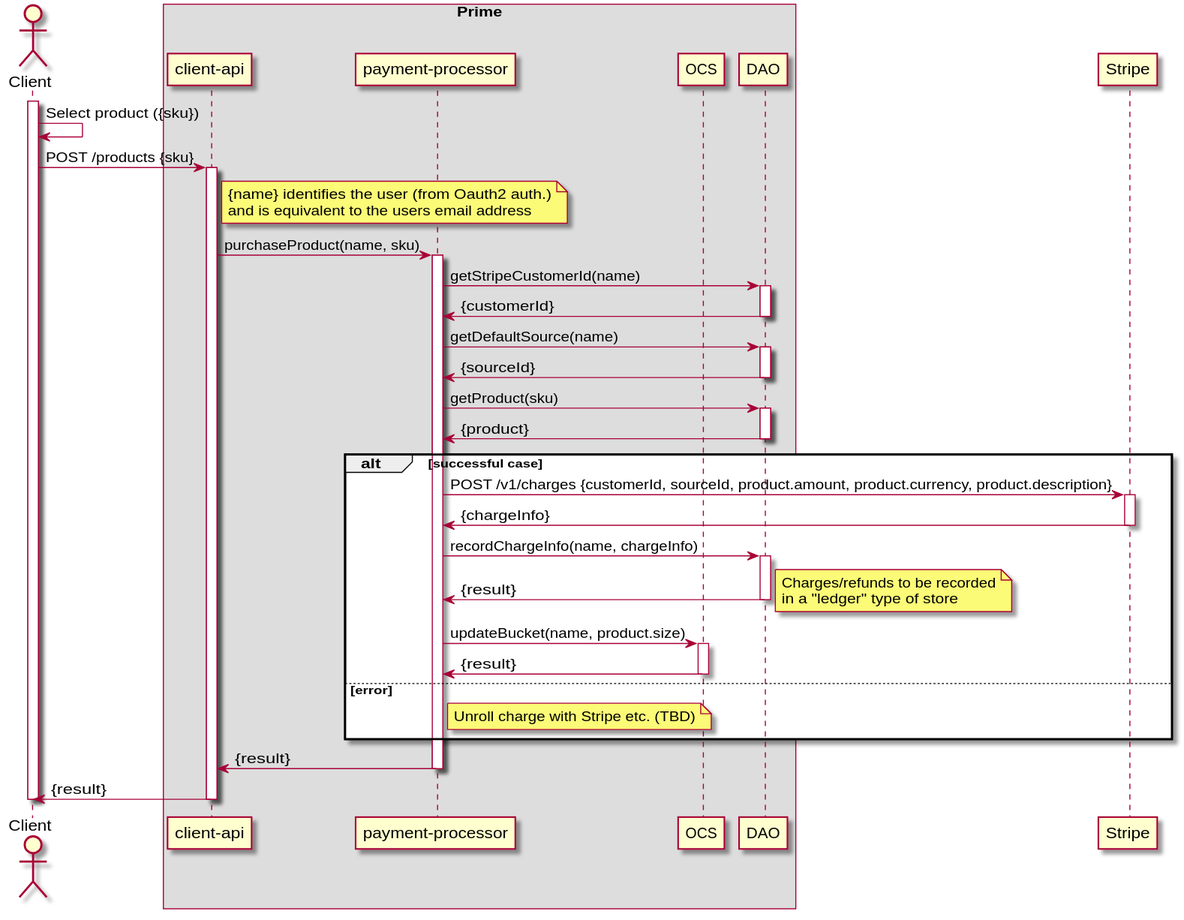
Earlier version of the PlantUML export payment-processor/doc/diagrams/purchase-with-default-source.svg (ostelco/ostelco-core). The source it was exported from:
```plantuml
@startuml

actor Client
participant Client

box "Prime"
    participant "client-api"
    participant "payment-processor"
    participant OCS
    participant DAO
end box
participant Stripe

activate Client

    Client -> Client : Select product ({sku})

    Client -> "client-api": POST /products {sku}
    activate "client-api"
    note right of "client-api"
       {name} identifies the user (from Oauth2 auth.)
       and is equivalent to the users email address
    end note

    "client-api" -> "payment-processor" : purchaseProduct(name, sku)
    activate "payment-processor"

    "payment-processor" -> DAO : getStripeCustomerId(name)
    activate DAO
    DAO -> "payment-processor" : {customerId}
    deactivate DAO

    "payment-processor" -> DAO : getDefaultSource(name)
    activate DAO
    DAO -> "payment-processor" : {sourceId}
    deactivate DAO

    "payment-processor" -> DAO : getProduct(sku)
    activate DAO
    DAO -> "payment-processor" : {product}
    deactivate DAO

    alt successful case
        "payment-processor" -> Stripe : POST /v1/charges {customerId, sourceId, product.amount, product.currency, product.description}
        activate Stripe
        Stripe -> "payment-processor" : {chargeInfo}
        deactivate Stripe

        "payment-processor" -> DAO: recordChargeInfo(name, chargeInfo)
        activate DAO
        DAO -> "payment-processor" : {result}
        deactivate DAO
        note right
          Charges/refunds to be recorded
          in a "ledger" type of store
        end note

        "payment-processor" -> OCS : updateBucket(name, product.size)
        activate OCS
        OCS -> "payment-processor" : {result}
        deactivate OCS

    else error
         note right of "payment-processor" : Unroll charge with Stripe etc. (TBD)

    end

    "payment-processor" -> "client-api" : {result}
    deactivate "payment-processor"

    "client-api" -> Client : {result}
    deactivate "client-api"

deactivate Client

@enduml
```
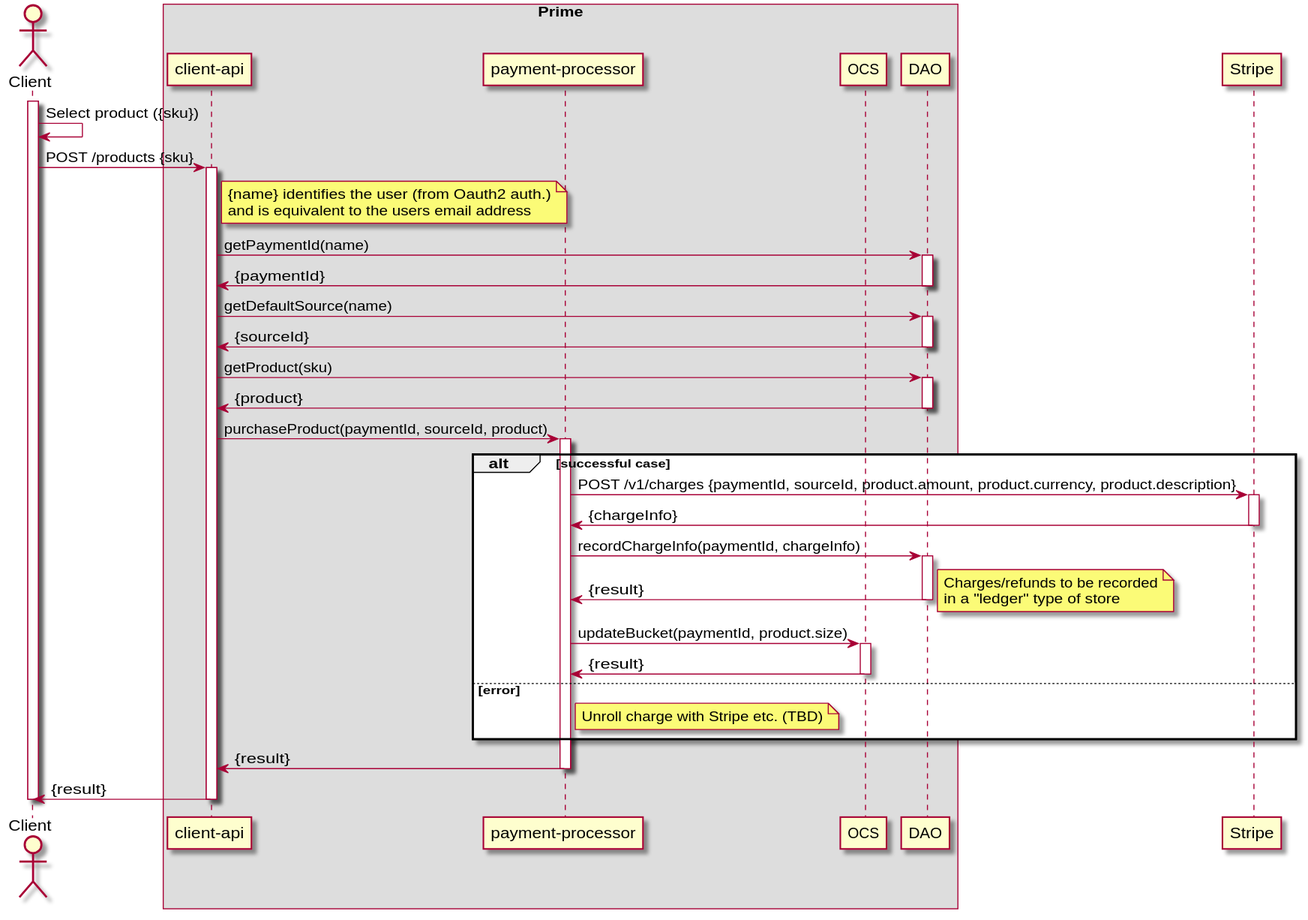
After the commit.

Diff of the diagram source:
```diff
@@ -22,31 +22,31 @@
        and is equivalent to the users email address
     end note
 
-    "client-api" -> "payment-processor" : purchaseProduct(name, sku)
+    "client-api" -> DAO : getPaymentId(name)
+    activate DAO
+    DAO -> "client-api" : {paymentId}
+    deactivate DAO
+
+    "client-api" -> DAO : getDefaultSource(name)
+    activate DAO
+    DAO -> "client-api" : {sourceId}
+    deactivate DAO
+
+    "client-api" -> DAO : getProduct(sku)
+    activate DAO
+    DAO -> "client-api" : {product}
+    deactivate DAO
+
+    "client-api" -> "payment-processor" : purchaseProduct(paymentId, sourceId, product)
     activate "payment-processor"
 
-    "payment-processor" -> DAO : getStripeCustomerId(name)
-    activate DAO
-    DAO -> "payment-processor" : {customerId}
-    deactivate DAO
-
-    "payment-processor" -> DAO : getDefaultSource(name)
-    activate DAO
-    DAO -> "payment-processor" : {sourceId}
-    deactivate DAO
-
-    "payment-processor" -> DAO : getProduct(sku)
-    activate DAO
-    DAO -> "payment-processor" : {product}
-    deactivate DAO
-
     alt successful case
-        "payment-processor" -> Stripe : POST /v1/charges {customerId, sourceId, product.amount, product.currency, product.description}
+        "payment-processor" -> Stripe : POST /v1/charges {paymentId, sourceId, product.amount, product.currency, product.description}
         activate Stripe
         Stripe -> "payment-processor" : {chargeInfo}
         deactivate Stripe
 
-        "payment-processor" -> DAO: recordChargeInfo(name, chargeInfo)
+        "payment-processor" -> DAO: recordChargeInfo(paymentId, chargeInfo)
         activate DAO
         DAO -> "payment-processor" : {result}
         deactivate DAO
@@ -55,7 +55,7 @@
           in a "ledger" type of store
         end note
 
-        "payment-processor" -> OCS : updateBucket(name, product.size)
+        "payment-processor" -> OCS : updateBucket(paymentId, product.size)
         activate OCS
         OCS -> "payment-processor" : {result}
         deactivate OCS
```
